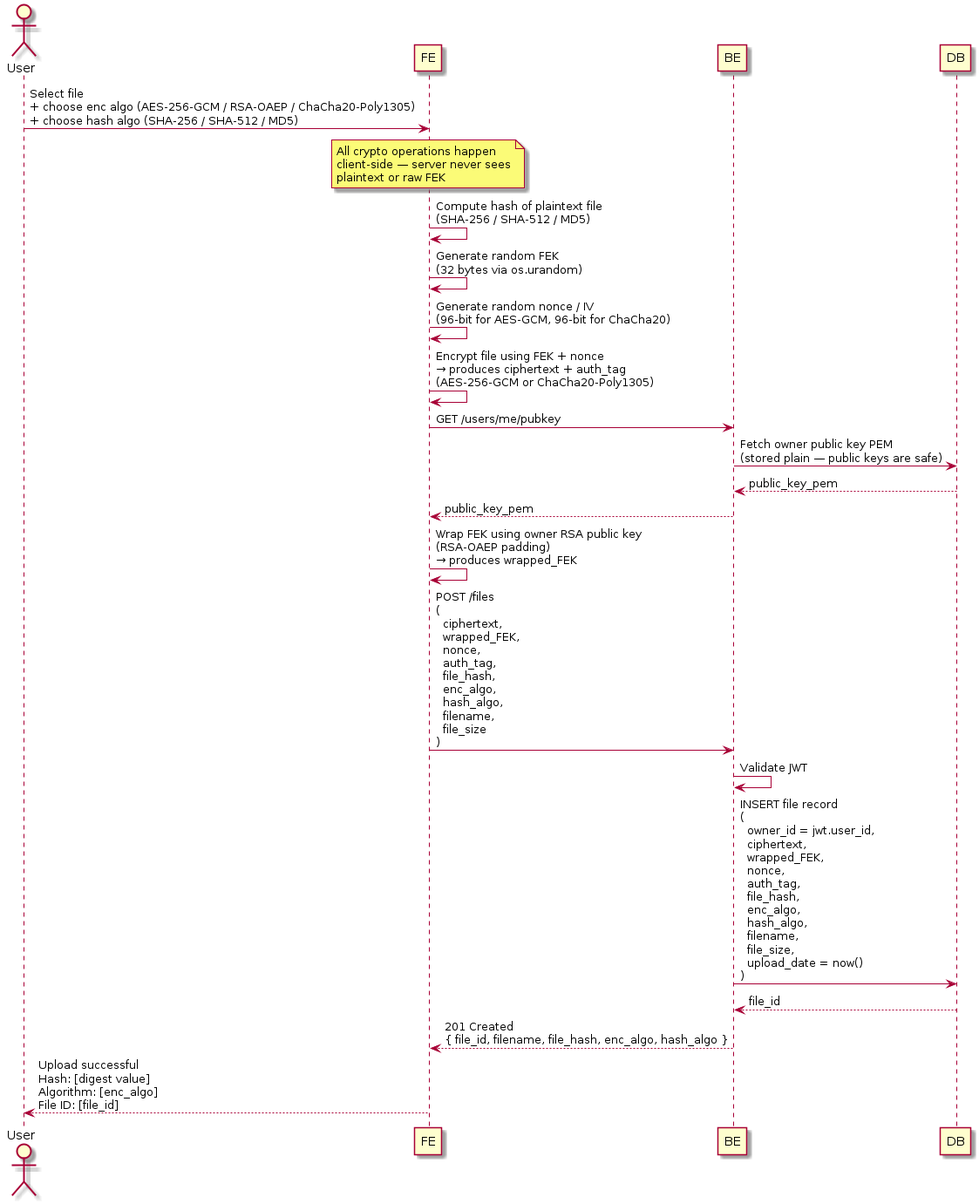
This is docs/img/us-2-encryption.png from codedsami/SOEN-321-Project, a PlantUML export, as it was before one commit. Its source is kept beside it as docs/plantuml/us-2-encryption.puml.
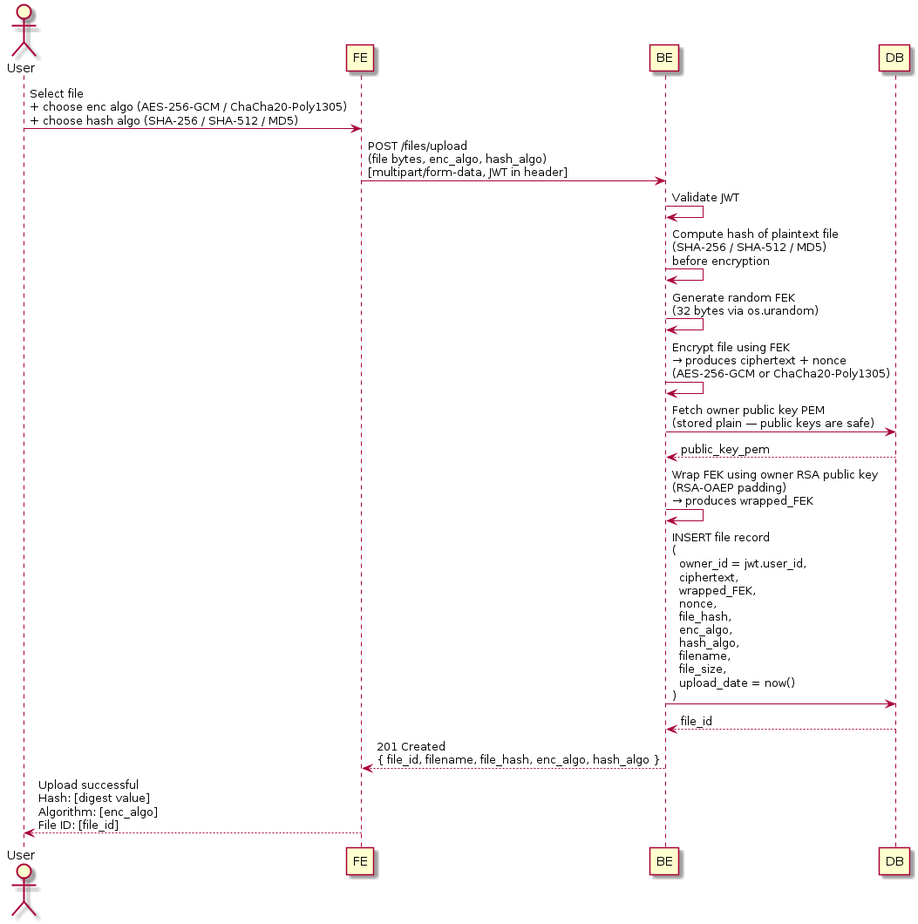
Later version of the same file.

Diff of the diagram source:
```diff
@@ -4,26 +4,24 @@
 participant BE
 participant DB
 
-User -> FE : Select file\n+ choose enc algo (AES-256-GCM / RSA-OAEP / ChaCha20-Poly1305)\n+ choose hash algo (SHA-256 / SHA-512 / MD5)
+User -> FE : Select file\n+ choose enc algo (AES-256-GCM / ChaCha20-Poly1305)\n+ choose hash algo (SHA-256 / SHA-512 / MD5)
 
-note over FE : All crypto operations happen\nclient-side — server never sees\nplaintext or raw FEK
+FE -> BE : POST /files/upload\n(file bytes, enc_algo, hash_algo)\n[multipart/form-data, JWT in header]
 
-FE -> FE : Compute hash of plaintext file\n(SHA-256 / SHA-512 / MD5)
-FE -> FE : Generate random FEK\n(32 bytes via os.urandom)
-FE -> FE : Generate random nonce / IV\n(96-bit for AES-GCM, 96-bit for ChaCha20)
-FE -> FE : Encrypt file using FEK + nonce\n→ produces ciphertext + auth_tag\n(AES-256-GCM or ChaCha20-Poly1305)
+BE -> BE : Validate JWT
 
-FE -> BE : GET /users/me/pubkey
+BE -> BE : Compute hash of plaintext file\n(SHA-256 / SHA-512 / MD5)\nbefore encryption
+
+BE -> BE : Generate random FEK\n(32 bytes via os.urandom)
+
+BE -> BE : Encrypt file using FEK\n→ produces ciphertext + nonce\n(AES-256-GCM or ChaCha20-Poly1305)
+
 BE -> DB : Fetch owner public key PEM\n(stored plain — public keys are safe)
 DB --> BE : public_key_pem
-BE --> FE : public_key_pem
 
-FE -> FE : Wrap FEK using owner RSA public key\n(RSA-OAEP padding)\n→ produces wrapped_FEK
+BE -> BE : Wrap FEK using owner RSA public key\n(RSA-OAEP padding)\n→ produces wrapped_FEK
 
-FE -> BE : POST /files\n(\n  ciphertext,\n  wrapped_FEK,\n  nonce,\n  auth_tag,\n  file_hash,\n  enc_algo,\n  hash_algo,\n  filename,\n  file_size\n)
-
-BE -> BE : Validate JWT
-BE -> DB : INSERT file record\n(\n  owner_id = jwt.user_id,\n  ciphertext,\n  wrapped_FEK,\n  nonce,\n  auth_tag,\n  file_hash,\n  enc_algo,\n  hash_algo,\n  filename,\n  file_size,\n  upload_date = now()\n)
+BE -> DB : INSERT file record\n(\n  owner_id = jwt.user_id,\n  ciphertext,\n  wrapped_FEK,\n  nonce,\n  file_hash,\n  enc_algo,\n  hash_algo,\n  filename,\n  file_size,\n  upload_date = now()\n)
 DB --> BE : file_id
 
 BE --> FE : 201 Created\n{ file_id, filename, file_hash, enc_algo, hash_algo }
```
